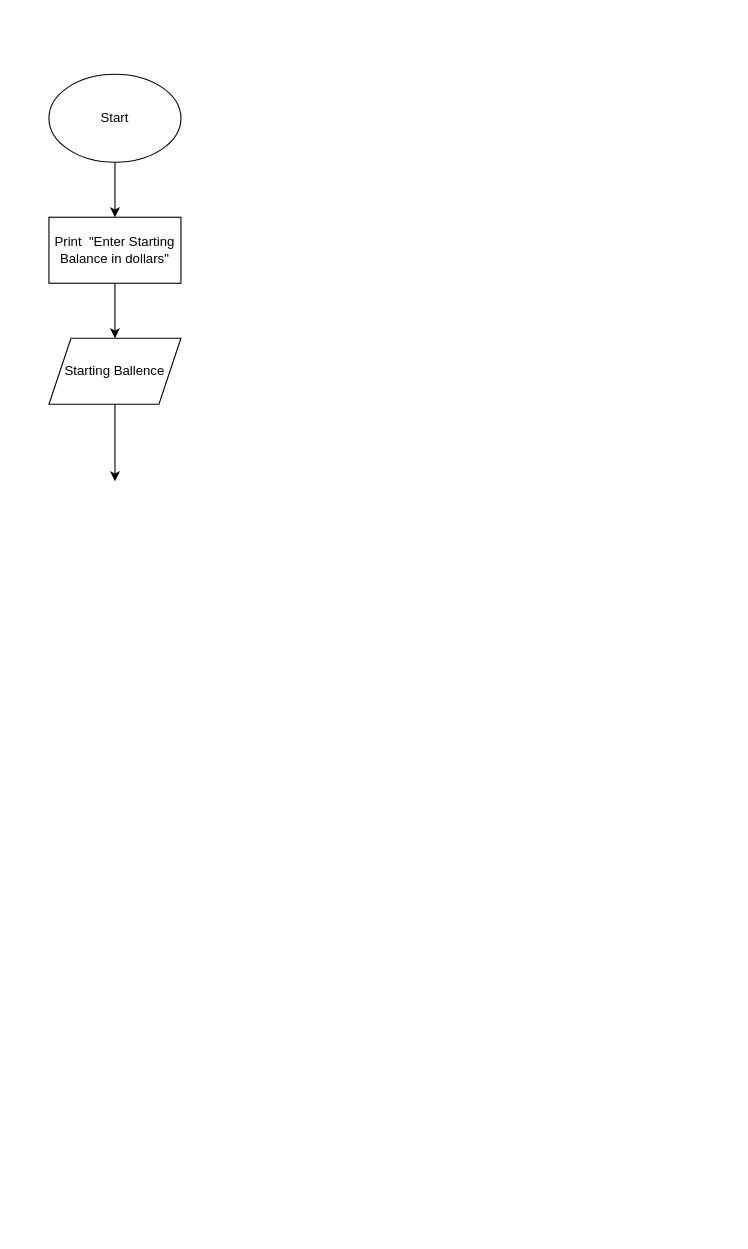
The draw.io diagram adv PseudoFlow.drawio in WilsonTalentCenter/advpseudoflow-zacharyrarman, before the edit. Source tidied: cells renumbered, new cells numbered last; positions are measured from the earlier drawing's top-left corner, leaving out a move shared by most shapes. Both pictures are drawn from the tidied source at 110%, with x=0, y=0 at pixel (48, 74).
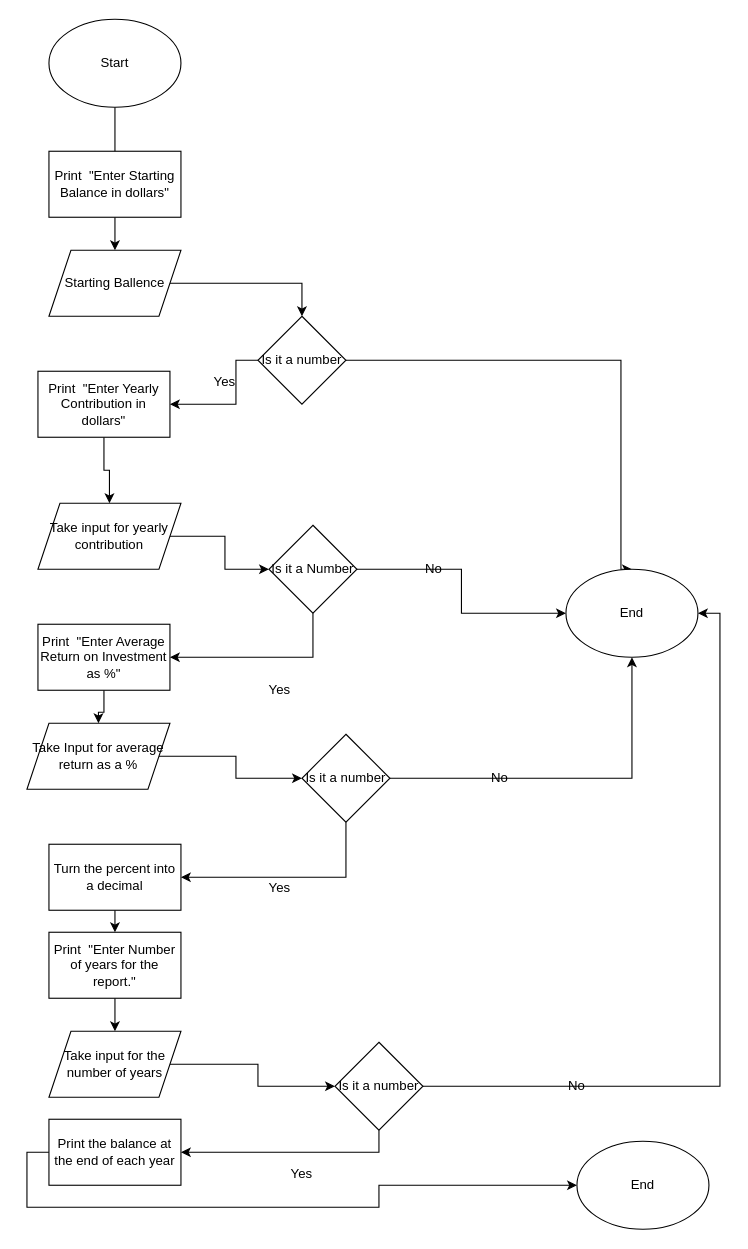
The same diagram, later.

What changed in the source:
```diff
@@
     <mxCell id="3" value="Start" style="ellipse;whiteSpace=wrap;html=1;" parent="1" vertex="1">
-      <mxGeometry width="120" height="80" as="geometry" />
+      <mxGeometry y="-50" width="120" height="80" as="geometry" />
     </mxCell>
-    <mxCell id="4" style="edgeStyle=orthogonalEdgeStyle;rounded=0;jettySize=auto;html=1;" parent="1" edge="1" source="5">
-      <mxGeometry relative="1" as="geometry">
-        <mxPoint x="60" y="240" as="targetPoint" />
-      </mxGeometry>
-    </mxCell>
+    <mxCell id="8" style="edgeStyle=orthogonalEdgeStyle;rounded=0;jettySize=auto;html=1;exitX=0.5;exitY=1;exitDx=0;exitDy=0;entryX=0.5;entryY=0;entryDx=0;entryDy=0;" parent="1" edge="1" source="5" target="7">
+      <mxGeometry relative="1" as="geometry" />
+    </mxCell>
     <mxCell id="5" value="Print&amp;nbsp; &quot;Enter Starting Balance in dollars&quot;" style="rounded=0;whiteSpace=wrap;html=1;" parent="1" vertex="1">
-      <mxGeometry y="130" width="120" height="60" as="geometry" />
+      <mxGeometry y="70" width="120" height="60" as="geometry" />
     </mxCell>
-    <mxCell id="6" style="edgeStyle=orthogonalEdgeStyle;rounded=0;jettySize=auto;html=1;" parent="1" edge="1" source="7">
-      <mxGeometry relative="1" as="geometry">
-        <mxPoint x="60" y="370" as="targetPoint" />
-      </mxGeometry>
-    </mxCell>
+    <mxCell id="9" style="edgeStyle=orthogonalEdgeStyle;rounded=0;jettySize=auto;html=1;exitX=1;exitY=0.5;exitDx=0;exitDy=0;entryX=0.5;entryY=0;entryDx=0;entryDy=0;" parent="1" edge="1" source="7" target="27">
+      <mxGeometry relative="1" as="geometry" />
+    </mxCell>
     <mxCell id="7" value="Starting Ballence" style="shape=parallelogram;perimeter=parallelogramPerimeter;whiteSpace=wrap;html=1;fixedSize=1;" parent="1" vertex="1">
-      <mxGeometry y="240" width="120" height="60" as="geometry" />
+      <mxGeometry y="160" width="120" height="60" as="geometry" />
     </mxCell>
+    <mxCell id="10" style="edgeStyle=orthogonalEdgeStyle;rounded=0;jettySize=auto;html=1;entryX=0.5;entryY=0;entryDx=0;entryDy=0;" parent="1" edge="1" source="11" target="13">
+      <mxGeometry relative="1" as="geometry" />
+    </mxCell>
+    <mxCell id="11" value="Print&amp;nbsp; &quot;Enter Yearly Contribution in dollars&quot;" style="rounded=0;whiteSpace=wrap;html=1;" parent="1" vertex="1">
+      <mxGeometry x="-10" y="270" width="120" height="60" as="geometry" />
+    </mxCell>
+    <mxCell id="12" style="edgeStyle=orthogonalEdgeStyle;rounded=0;jettySize=auto;html=1;exitX=1;exitY=0.5;exitDx=0;exitDy=0;entryX=0;entryY=0.5;entryDx=0;entryDy=0;" parent="1" edge="1" source="13" target="30">
+      <mxGeometry relative="1" as="geometry" />
+    </mxCell>
+    <mxCell id="13" value="Take input for yearly contribution" style="shape=parallelogram;perimeter=parallelogramPerimeter;whiteSpace=wrap;html=1;fixedSize=1;" parent="1" vertex="1">
+      <mxGeometry x="-10" y="390" width="130" height="60" as="geometry" />
+    </mxCell>
+    <mxCell id="14" style="edgeStyle=orthogonalEdgeStyle;rounded=0;jettySize=auto;html=1;entryX=0.5;entryY=0;entryDx=0;entryDy=0;" parent="1" edge="1" source="15" target="17">
+      <mxGeometry relative="1" as="geometry" />
+    </mxCell>
+    <mxCell id="15" value="Print&amp;nbsp; &quot;Enter Average Return on Investment as %&quot;" style="rounded=0;whiteSpace=wrap;html=1;" parent="1" vertex="1">
+      <mxGeometry x="-10" y="500" width="120" height="60" as="geometry" />
+    </mxCell>
+    <mxCell id="16" style="edgeStyle=orthogonalEdgeStyle;rounded=0;jettySize=auto;html=1;exitX=1;exitY=0.5;exitDx=0;exitDy=0;entryX=0;entryY=0.5;entryDx=0;entryDy=0;" parent="1" edge="1" source="17" target="33">
+      <mxGeometry relative="1" as="geometry" />
+    </mxCell>
+    <mxCell id="17" value="Take Input for average return as a %" style="shape=parallelogram;perimeter=parallelogramPerimeter;whiteSpace=wrap;html=1;fixedSize=1;" parent="1" vertex="1">
+      <mxGeometry x="-20" y="590" width="130" height="60" as="geometry" />
+    </mxCell>
+    <mxCell id="18" style="edgeStyle=orthogonalEdgeStyle;rounded=0;jettySize=auto;html=1;exitX=0.5;exitY=1;exitDx=0;exitDy=0;entryX=0.5;entryY=0;entryDx=0;entryDy=0;" parent="1" edge="1" source="19" target="21">
+      <mxGeometry relative="1" as="geometry" />
+    </mxCell>
+    <mxCell id="19" value="Print&amp;nbsp; &quot;Enter Number of years for the report.&quot;" style="rounded=0;whiteSpace=wrap;html=1;" parent="1" vertex="1">
+      <mxGeometry y="780" width="120" height="60" as="geometry" />
+    </mxCell>
+    <mxCell id="20" style="edgeStyle=orthogonalEdgeStyle;rounded=0;jettySize=auto;html=1;exitX=1;exitY=0.5;exitDx=0;exitDy=0;entryX=0;entryY=0.5;entryDx=0;entryDy=0;" parent="1" edge="1" source="21" target="41">
+      <mxGeometry relative="1" as="geometry" />
+    </mxCell>
+    <mxCell id="21" value="Take input for the number of years" style="shape=parallelogram;perimeter=parallelogramPerimeter;whiteSpace=wrap;html=1;fixedSize=1;" parent="1" vertex="1">
+      <mxGeometry y="870" width="120" height="60" as="geometry" />
+    </mxCell>
+    <mxCell id="22" style="edgeStyle=orthogonalEdgeStyle;rounded=0;jettySize=auto;html=1;exitX=0.5;exitY=1;exitDx=0;exitDy=0;entryX=0.5;entryY=0;entryDx=0;entryDy=0;" parent="1" edge="1" source="23" target="19">
+      <mxGeometry relative="1" as="geometry" />
+    </mxCell>
+    <mxCell id="23" value="Turn the percent into a decimal" style="rounded=0;whiteSpace=wrap;html=1;" parent="1" vertex="1">
+      <mxGeometry y="700" width="120" height="60" as="geometry" />
+    </mxCell>
+    <mxCell id="24" style="edgeStyle=orthogonalEdgeStyle;rounded=0;jettySize=auto;html=1;exitX=0;exitY=0.5;exitDx=0;exitDy=0;entryX=0;entryY=0.5;entryDx=0;entryDy=0;" parent="1" edge="1" source="25" target="46">
+      <mxGeometry relative="1" as="geometry" />
+    </mxCell>
+    <mxCell id="25" value="Print the balance at the end of each year" style="rounded=0;whiteSpace=wrap;html=1;" parent="1" vertex="1">
+      <mxGeometry y="950" width="120" height="60" as="geometry" />
+    </mxCell>
+    <mxCell id="26" style="edgeStyle=orthogonalEdgeStyle;rounded=0;jettySize=auto;html=1;exitX=1;exitY=0.5;exitDx=0;exitDy=0;entryX=0.5;entryY=0;entryDx=0;entryDy=0;" parent="1" edge="1" source="27" target="34">
+      <mxGeometry relative="1" as="geometry">
+        <Array as="points">
+          <mxPoint x="520" y="260" />
+          <mxPoint x="520" y="450" />
+        </Array>
+      </mxGeometry>
+    </mxCell>
+    <mxCell id="27" value="Is it a number" style="rhombus;whiteSpace=wrap;html=1;" parent="1" vertex="1">
+      <mxGeometry x="190" y="220" width="80" height="80" as="geometry" />
+    </mxCell>
+    <mxCell id="28" style="edgeStyle=orthogonalEdgeStyle;rounded=0;jettySize=auto;html=1;exitX=1;exitY=0.5;exitDx=0;exitDy=0;entryX=0;entryY=0.5;entryDx=0;entryDy=0;" parent="1" edge="1" source="30" target="34">
+      <mxGeometry relative="1" as="geometry" />
+    </mxCell>
+    <mxCell id="29" style="edgeStyle=orthogonalEdgeStyle;rounded=0;jettySize=auto;html=1;exitX=0.5;exitY=1;exitDx=0;exitDy=0;entryX=1;entryY=0.5;entryDx=0;entryDy=0;" parent="1" edge="1" source="30" target="15">
+      <mxGeometry relative="1" as="geometry" />
+    </mxCell>
+    <mxCell id="30" value="Is it a Number" style="rhombus;whiteSpace=wrap;html=1;" parent="1" vertex="1">
+      <mxGeometry x="200" y="410" width="80" height="80" as="geometry" />
+    </mxCell>
+    <mxCell id="31" style="edgeStyle=orthogonalEdgeStyle;rounded=0;jettySize=auto;html=1;exitX=1;exitY=0.5;exitDx=0;exitDy=0;entryX=0.5;entryY=1;entryDx=0;entryDy=0;" parent="1" edge="1" source="33" target="34">
+      <mxGeometry relative="1" as="geometry" />
+    </mxCell>
+    <mxCell id="32" style="edgeStyle=orthogonalEdgeStyle;rounded=0;jettySize=auto;html=1;exitX=0.5;exitY=1;exitDx=0;exitDy=0;entryX=1;entryY=0.5;entryDx=0;entryDy=0;" parent="1" edge="1" source="33" target="23">
+      <mxGeometry relative="1" as="geometry" />
+    </mxCell>
+    <mxCell id="33" value="Is it a number" style="rhombus;whiteSpace=wrap;html=1;" parent="1" vertex="1">
+      <mxGeometry x="230" y="600" width="80" height="80" as="geometry" />
+    </mxCell>
+    <mxCell id="34" value="End" style="ellipse;whiteSpace=wrap;html=1;" parent="1" vertex="1">
+      <mxGeometry x="470" y="450" width="120" height="80" as="geometry" />
+    </mxCell>
+    <mxCell id="35" value="Yes" style="text;html=1;strokeColor=none;fillColor=none;align=center;verticalAlign=middle;whiteSpace=wrap;rounded=0;" parent="1" vertex="1">
+      <mxGeometry x="190" y="550" width="40" height="20" as="geometry" />
+    </mxCell>
+    <mxCell id="36" value="No" style="text;html=1;strokeColor=none;fillColor=none;align=center;verticalAlign=middle;whiteSpace=wrap;rounded=0;" parent="1" vertex="1">
+      <mxGeometry x="330" y="440" width="40" height="20" as="geometry" />
+    </mxCell>
+    <mxCell id="37" value="Yes" style="text;html=1;strokeColor=none;fillColor=none;align=center;verticalAlign=middle;whiteSpace=wrap;rounded=0;" parent="1" vertex="1">
+      <mxGeometry x="190" y="730" width="40" height="20" as="geometry" />
+    </mxCell>
+    <mxCell id="38" value="No" style="text;html=1;strokeColor=none;fillColor=none;align=center;verticalAlign=middle;whiteSpace=wrap;rounded=0;" parent="1" vertex="1">
+      <mxGeometry x="390" y="630" width="40" height="20" as="geometry" />
+    </mxCell>
+    <mxCell id="39" style="edgeStyle=orthogonalEdgeStyle;rounded=0;jettySize=auto;html=1;exitX=0.5;exitY=1;exitDx=0;exitDy=0;entryX=1;entryY=0.5;entryDx=0;entryDy=0;" parent="1" edge="1" source="41" target="25">
+      <mxGeometry relative="1" as="geometry" />
+    </mxCell>
+    <mxCell id="40" style="edgeStyle=orthogonalEdgeStyle;rounded=0;jettySize=auto;html=1;exitX=1;exitY=0.5;exitDx=0;exitDy=0;entryX=1;entryY=0.5;entryDx=0;entryDy=0;" parent="1" edge="1" source="41" target="34">
+      <mxGeometry relative="1" as="geometry" />
+    </mxCell>
+    <mxCell id="41" value="Is it a number" style="rhombus;whiteSpace=wrap;html=1;" parent="1" vertex="1">
+      <mxGeometry x="260" y="880" width="80" height="80" as="geometry" />
+    </mxCell>
+    <mxCell id="42" value="No" style="text;html=1;strokeColor=none;fillColor=none;align=center;verticalAlign=middle;whiteSpace=wrap;rounded=0;" parent="1" vertex="1">
+      <mxGeometry x="460" y="910" width="40" height="20" as="geometry" />
+    </mxCell>
+    <mxCell id="43" value="Yes" style="text;html=1;strokeColor=none;fillColor=none;align=center;verticalAlign=middle;whiteSpace=wrap;rounded=0;" parent="1" vertex="1">
+      <mxGeometry x="210" y="990" width="40" height="20" as="geometry" />
+    </mxCell>
+    <mxCell id="44" style="edgeStyle=orthogonalEdgeStyle;rounded=0;jettySize=auto;html=1;exitX=0;exitY=0.5;exitDx=0;exitDy=0;entryX=1;entryY=0.5;entryDx=0;entryDy=0;" parent="1" edge="1" source="27" target="11">
+      <mxGeometry relative="1" as="geometry">
+        <Array as="points">
+          <mxPoint x="170" y="260" />
+          <mxPoint x="170" y="300" />
+        </Array>
+      </mxGeometry>
+    </mxCell>
+    <mxCell id="45" value="Yes" style="text;html=1;strokeColor=none;fillColor=none;align=center;verticalAlign=middle;whiteSpace=wrap;rounded=0;" parent="1" vertex="1">
+      <mxGeometry x="140" y="270" width="40" height="20" as="geometry" />
+    </mxCell>
+    <mxCell id="46" value="End" style="ellipse;whiteSpace=wrap;html=1;" parent="1" vertex="1">
+      <mxGeometry x="480" y="970" width="120" height="80" as="geometry" />
+    </mxCell>
```
